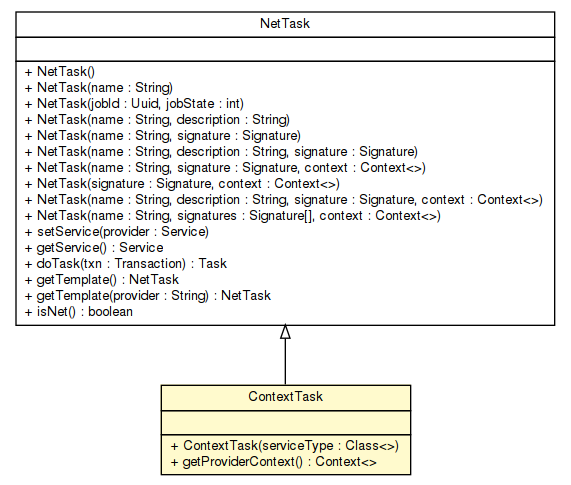
This is apidocs/sorcer/core/exertion/ContextTask.png from sorcersoft/sorcersoft.github.io, a Graphviz export, as it was before one commit. Its source is kept beside it as apidocs/sorcer/core/exertion/ContextTask.dot.
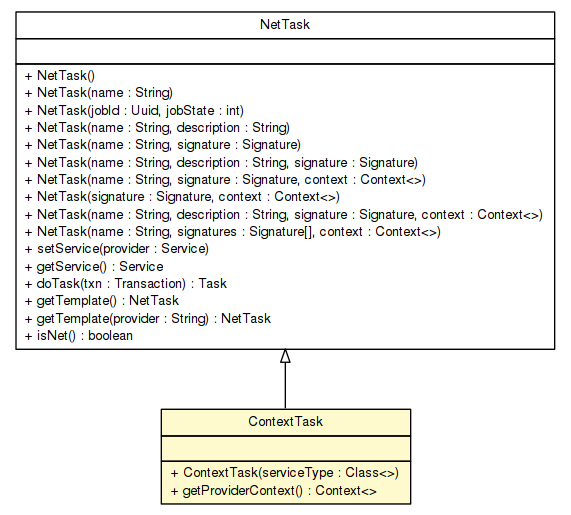
After the change.

Diff of the diagram source:
```diff
@@ -4,19 +4,7 @@
 	node [fontname="Helvetica",fontsize=10,shape=plaintext];
 	nodesep=0.25;
 	ranksep=0.5;
-	c152004 [label=<<table title="sorcer.core.exertion.ContextTask" border="0" cellborder="1" cellspacing="0" cellpadding="2" port="p" bgcolor="lemonChiffon" href="./ContextTask.html">
-		<tr><td><table border="0" cellspacing="0" cellpadding="1">
-<tr><td align="center" balign="center"> ContextTask </td></tr>
-		</table></td></tr>
-		<tr><td><table border="0" cellspacing="0" cellpadding="1">
-<tr><td align="left" balign="left">  </td></tr>
-		</table></td></tr>
-		<tr><td><table border="0" cellspacing="0" cellpadding="1">
-<tr><td align="left" balign="left"> + ContextTask(serviceType : Class&lt;&gt;) </td></tr>
-<tr><td align="left" balign="left"> + getProviderContext() : Context&lt;&gt; </td></tr>
-		</table></td></tr>
-		</table>>, URL="./ContextTask.html", fontname="Helvetica", fontcolor="black", fontsize=10.0];
-	c152010 [label=<<table title="sorcer.core.exertion.NetTask" border="0" cellborder="1" cellspacing="0" cellpadding="2" port="p" href="./NetTask.html">
+	c176754 [label=<<table title="sorcer.core.exertion.NetTask" border="0" cellborder="1" cellspacing="0" cellpadding="2" port="p" href="./NetTask.html">
 		<tr><td><table border="0" cellspacing="0" cellpadding="1">
 <tr><td align="center" balign="center"> NetTask </td></tr>
 		</table></td></tr>
@@ -42,5 +30,17 @@
 <tr><td align="left" balign="left"> + isNet() : boolean </td></tr>
 		</table></td></tr>
 		</table>>, URL="./NetTask.html", fontname="Helvetica", fontcolor="black", fontsize=10.0];
-	c152010:p -> c152004:p [dir=back,arrowtail=empty];
+	c176756 [label=<<table title="sorcer.core.exertion.ContextTask" border="0" cellborder="1" cellspacing="0" cellpadding="2" port="p" bgcolor="lemonChiffon" href="./ContextTask.html">
+		<tr><td><table border="0" cellspacing="0" cellpadding="1">
+<tr><td align="center" balign="center"> ContextTask </td></tr>
+		</table></td></tr>
+		<tr><td><table border="0" cellspacing="0" cellpadding="1">
+<tr><td align="left" balign="left">  </td></tr>
+		</table></td></tr>
+		<tr><td><table border="0" cellspacing="0" cellpadding="1">
+<tr><td align="left" balign="left"> + ContextTask(serviceType : Class&lt;&gt;) </td></tr>
+<tr><td align="left" balign="left"> + getProviderContext() : Context&lt;&gt; </td></tr>
+		</table></td></tr>
+		</table>>, URL="./ContextTask.html", fontname="Helvetica", fontcolor="black", fontsize=10.0];
+	c176754:p -> c176756:p [dir=back,arrowtail=empty];
 }
```
